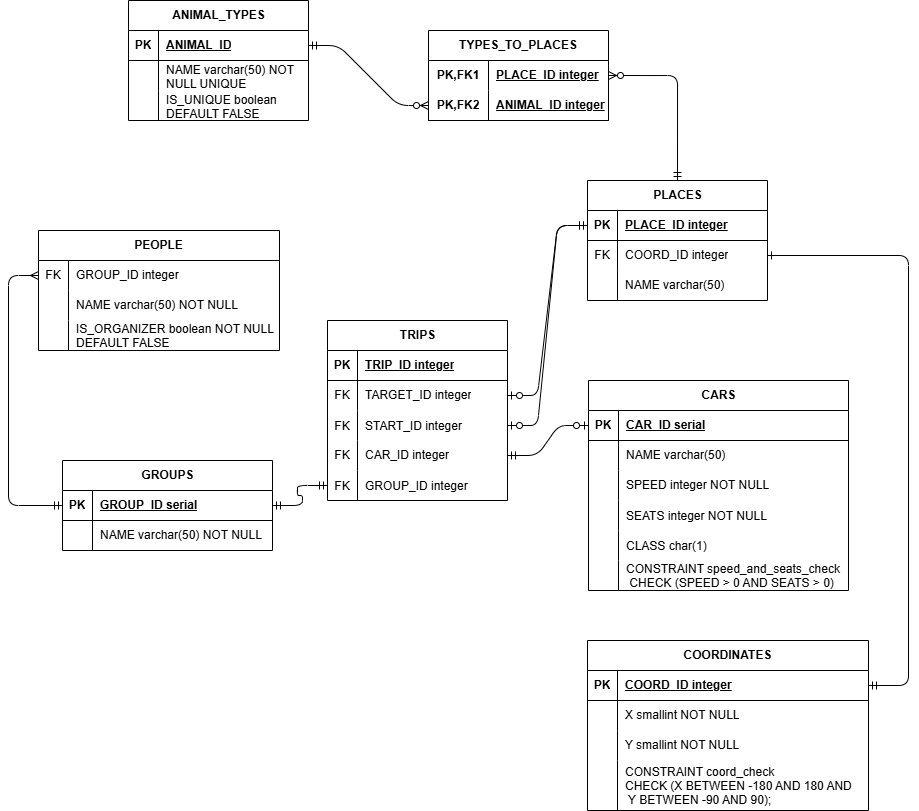
Xaabibas/Databases keeps this draw.io diagram as lab3/OriginalModel.drawio.png. Above is the earlier version. Source tidied: cells renumbered, new cells last; positions are measured from the earlier drawing's top-left corner, leaving out a move shared by most shapes.
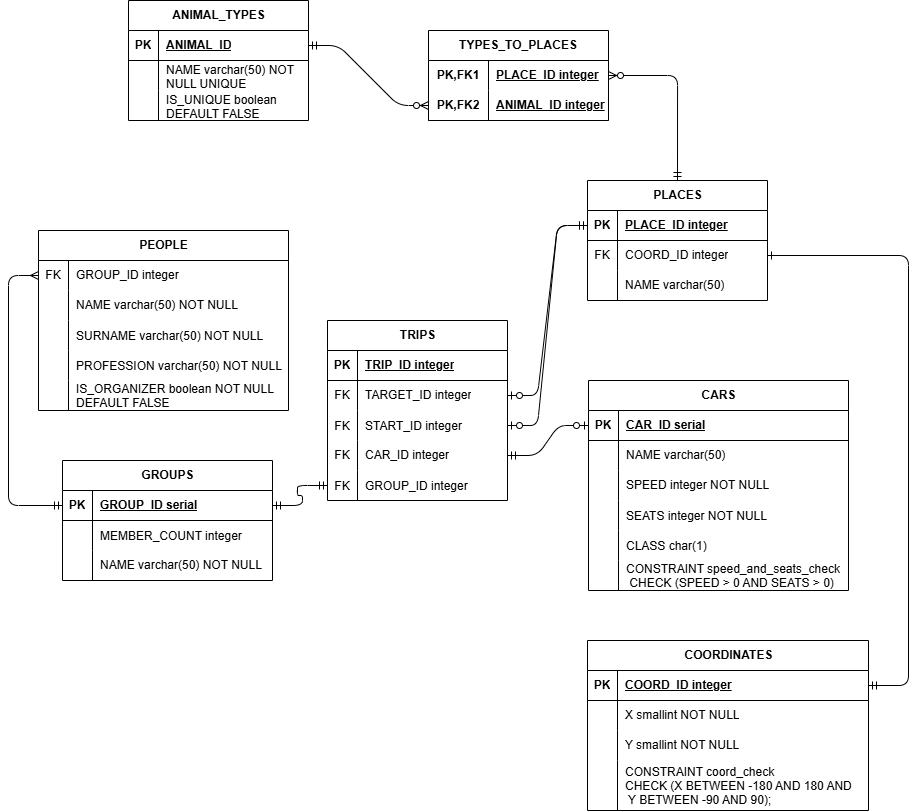
After the change.

The edit, as a diff of the source:
```diff
@@ -177,37 +177,55 @@
       <mxGeometry x="30" width="251" height="50" as="geometry" />
     </mxCell>
     <mxCell id="60" value="PEOPLE" style="shape=table;startSize=30;rowLines=0;fontStyle=1;align=center;html=1;" parent="1" vertex="1">
-      <mxGeometry x="30" y="230" width="241" height="120" as="geometry" />
+      <mxGeometry x="30" y="230" width="250" height="180" as="geometry" />
     </mxCell>
     <mxCell id="61" style="shape=tableRow;horizontal=0;startSize=0;swimlaneHead=0;swimlaneBody=0;fillColor=none;points=[[0,0.5],[1,0.5]];portConstraint=eastwest;top=0;left=0;right=0;bottom=0;" parent="60" vertex="1">
-      <mxGeometry y="30" width="241" height="30" as="geometry" />
+      <mxGeometry y="30" width="250" height="30" as="geometry" />
     </mxCell>
     <mxCell id="62" value="FK" style="shape=partialRectangle;fillColor=none;top=0;left=0;bottom=0;right=0;overflow=hidden;whiteSpace=wrap;html=1;" parent="61" vertex="1">
       <mxGeometry width="30" height="30" as="geometry" />
     </mxCell>
     <mxCell id="63" value="GROUP_ID integer" style="shape=partialRectangle;fillColor=none;top=0;left=0;bottom=0;right=0;align=left;spacingLeft=6;overflow=hidden;whiteSpace=wrap;html=1;" parent="61" vertex="1">
-      <mxGeometry x="30" width="211" height="30" as="geometry" />
+      <mxGeometry x="30" width="220" height="30" as="geometry" />
     </mxCell>
     <mxCell id="64" style="shape=tableRow;horizontal=0;startSize=0;swimlaneHead=0;swimlaneBody=0;fillColor=none;top=0;left=0;right=0;bottom=0;" parent="60" vertex="1">
-      <mxGeometry y="60" width="241" height="30" as="geometry" />
+      <mxGeometry y="60" width="250" height="30" as="geometry" />
     </mxCell>
     <mxCell id="65" style="shape=partialRectangle;fillColor=none;top=0;left=0;bottom=0;right=0;overflow=hidden;whiteSpace=wrap;html=1;" parent="64" vertex="1">
       <mxGeometry width="30" height="30" as="geometry" />
     </mxCell>
     <mxCell id="66" value="NAME varchar(50) NOT NULL" style="shape=partialRectangle;fillColor=none;top=0;left=0;bottom=0;right=0;align=left;spacingLeft=6;overflow=hidden;whiteSpace=wrap;html=1;" parent="64" vertex="1">
-      <mxGeometry x="30" width="211" height="30" as="geometry" />
+      <mxGeometry x="30" width="220" height="30" as="geometry" />
     </mxCell>
+    <mxCell id="102" style="shape=tableRow;horizontal=0;startSize=0;swimlaneHead=0;swimlaneBody=0;fillColor=none;top=0;left=0;right=0;bottom=0;" parent="60" vertex="1">
+      <mxGeometry y="90" width="250" height="30" as="geometry" />
+    </mxCell>
+    <mxCell id="103" style="shape=partialRectangle;fillColor=none;top=0;left=0;bottom=0;right=0;overflow=hidden;" parent="102" vertex="1">
+      <mxGeometry width="30" height="30" as="geometry" />
+    </mxCell>
+    <mxCell id="104" value="SURNAME varchar(50) NOT NULL" style="shape=partialRectangle;fillColor=none;top=0;left=0;bottom=0;right=0;align=left;spacingLeft=6;overflow=hidden;" parent="102" vertex="1">
+      <mxGeometry x="30" width="220" height="30" as="geometry" />
+    </mxCell>
+    <mxCell id="105" style="shape=tableRow;horizontal=0;startSize=0;swimlaneHead=0;swimlaneBody=0;fillColor=none;top=0;left=0;right=0;bottom=0;" parent="60" vertex="1">
+      <mxGeometry y="120" width="250" height="30" as="geometry" />
+    </mxCell>
+    <mxCell id="106" style="shape=partialRectangle;fillColor=none;top=0;left=0;bottom=0;right=0;overflow=hidden;" parent="105" vertex="1">
+      <mxGeometry width="30" height="30" as="geometry" />
+    </mxCell>
+    <mxCell id="107" value="PROFESSION varchar(50) NOT NULL" style="shape=partialRectangle;fillColor=none;top=0;left=0;bottom=0;right=0;align=left;spacingLeft=6;overflow=hidden;" parent="105" vertex="1">
+      <mxGeometry x="30" width="220" height="30" as="geometry" />
+    </mxCell>
     <mxCell id="67" style="shape=tableRow;horizontal=0;startSize=0;swimlaneHead=0;swimlaneBody=0;fillColor=none;top=0;left=0;right=0;bottom=0;" parent="60" vertex="1">
-      <mxGeometry y="90" width="241" height="30" as="geometry" />
+      <mxGeometry y="150" width="250" height="30" as="geometry" />
     </mxCell>
     <mxCell id="68" style="shape=partialRectangle;fillColor=none;top=0;left=0;bottom=0;right=0;overflow=hidden;" parent="67" vertex="1">
       <mxGeometry width="30" height="30" as="geometry" />
     </mxCell>
     <mxCell id="69" value="IS_ORGANIZER boolean NOT NULL &#10;DEFAULT FALSE" style="shape=partialRectangle;fillColor=none;top=0;left=0;bottom=0;right=0;align=left;spacingLeft=6;overflow=hidden;" parent="67" vertex="1">
-      <mxGeometry x="30" width="211" height="30" as="geometry" />
+      <mxGeometry x="30" width="220" height="30" as="geometry" />
     </mxCell>
     <mxCell id="70" value="GROUPS" style="shape=table;startSize=30;rowLines=0;fontStyle=1;align=center;html=1;" parent="1" vertex="1">
-      <mxGeometry x="54" y="460" width="210" height="90" as="geometry" />
+      <mxGeometry x="54" y="460" width="210" height="120" as="geometry" />
     </mxCell>
     <mxCell id="71" style="shape=tableRow;horizontal=0;startSize=0;swimlaneHead=0;swimlaneBody=0;fillColor=none;points=[[0,0.5],[1,0.5]];portConstraint=eastwest;top=0;left=0;right=0;bottom=1;" parent="70" vertex="1">
       <mxGeometry y="30" width="210" height="30" as="geometry" />
@@ -218,8 +236,17 @@
     <mxCell id="73" value="GROUP_ID serial" style="shape=partialRectangle;fillColor=none;top=0;left=0;bottom=0;right=0;align=left;spacingLeft=6;fontStyle=5;overflow=hidden;whiteSpace=wrap;html=1;" parent="71" vertex="1">
       <mxGeometry x="30" width="180" height="30" as="geometry" />
     </mxCell>
+    <mxCell id="108" style="shape=tableRow;horizontal=0;startSize=0;swimlaneHead=0;swimlaneBody=0;fillColor=none;top=0;left=0;right=0;bottom=0;" parent="70" vertex="1">
+      <mxGeometry y="60" width="210" height="30" as="geometry" />
+    </mxCell>
+    <mxCell id="109" style="shape=partialRectangle;fillColor=none;top=0;left=0;bottom=0;right=0;overflow=hidden;" parent="108" vertex="1">
+      <mxGeometry width="30" height="30" as="geometry" />
+    </mxCell>
+    <mxCell id="110" value="MEMBER_COUNT integer" style="shape=partialRectangle;fillColor=none;top=0;left=0;bottom=0;right=0;align=left;spacingLeft=6;overflow=hidden;" parent="108" vertex="1">
+      <mxGeometry x="30" width="180" height="30" as="geometry" />
+    </mxCell>
     <mxCell id="74" style="shape=tableRow;horizontal=0;startSize=0;swimlaneHead=0;swimlaneBody=0;fillColor=none;top=0;left=0;right=0;bottom=0;" parent="70" vertex="1">
-      <mxGeometry y="60" width="210" height="30" as="geometry" />
+      <mxGeometry y="90" width="210" height="30" as="geometry" />
     </mxCell>
     <mxCell id="75" style="shape=partialRectangle;fillColor=none;top=0;left=0;bottom=0;right=0;overflow=hidden;whiteSpace=wrap;html=1;" parent="74" vertex="1">
       <mxGeometry width="30" height="30" as="geometry" />
```
